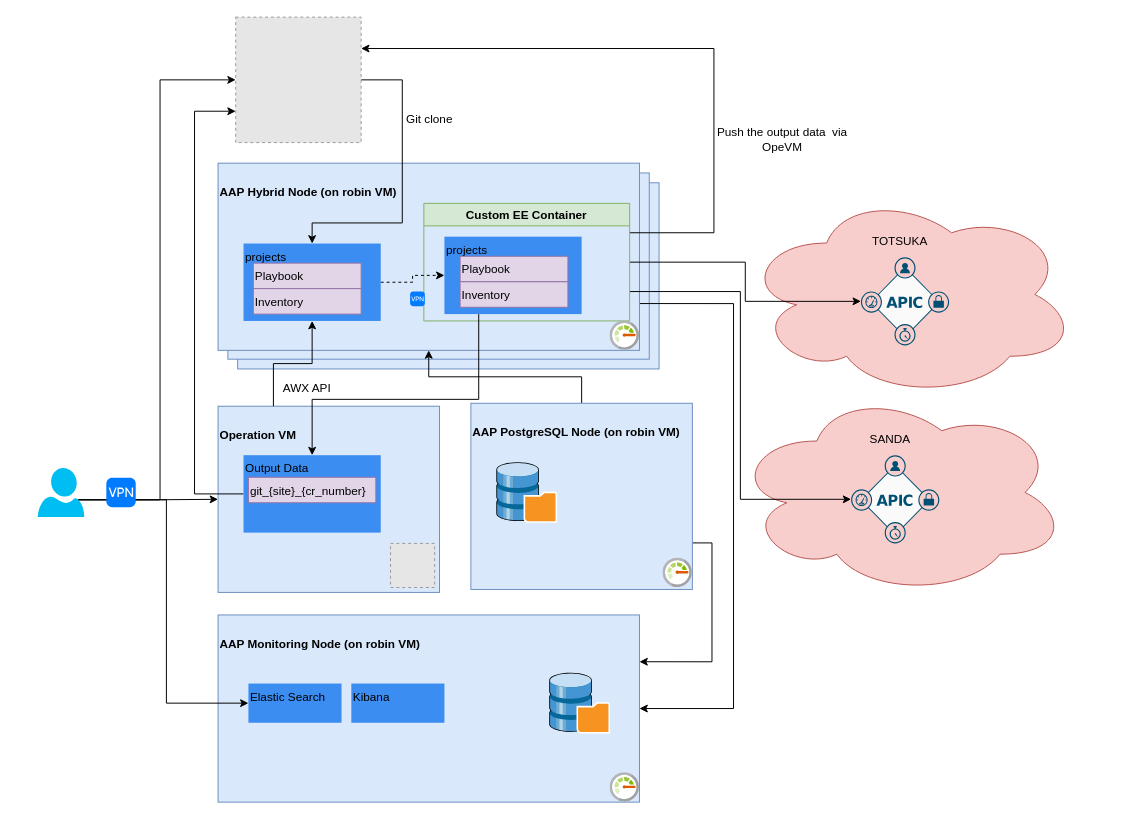
nhanawa/drawio keeps this draw.io diagram as page "RAAP" (2 of 2) of Entire_Design_img.drawio. Above is the earlier version. Source tidied: cells renumbered, new cells numbered last; positions are measured from the earlier drawing's top-left corner, leaving out a move shared by most shapes. Both pictures are drawn from the tidied source at 98%, with x=0, y=0 at pixel (37, 17). Pictures stored in the file or linked from it are replaced by grey dashed boxes.
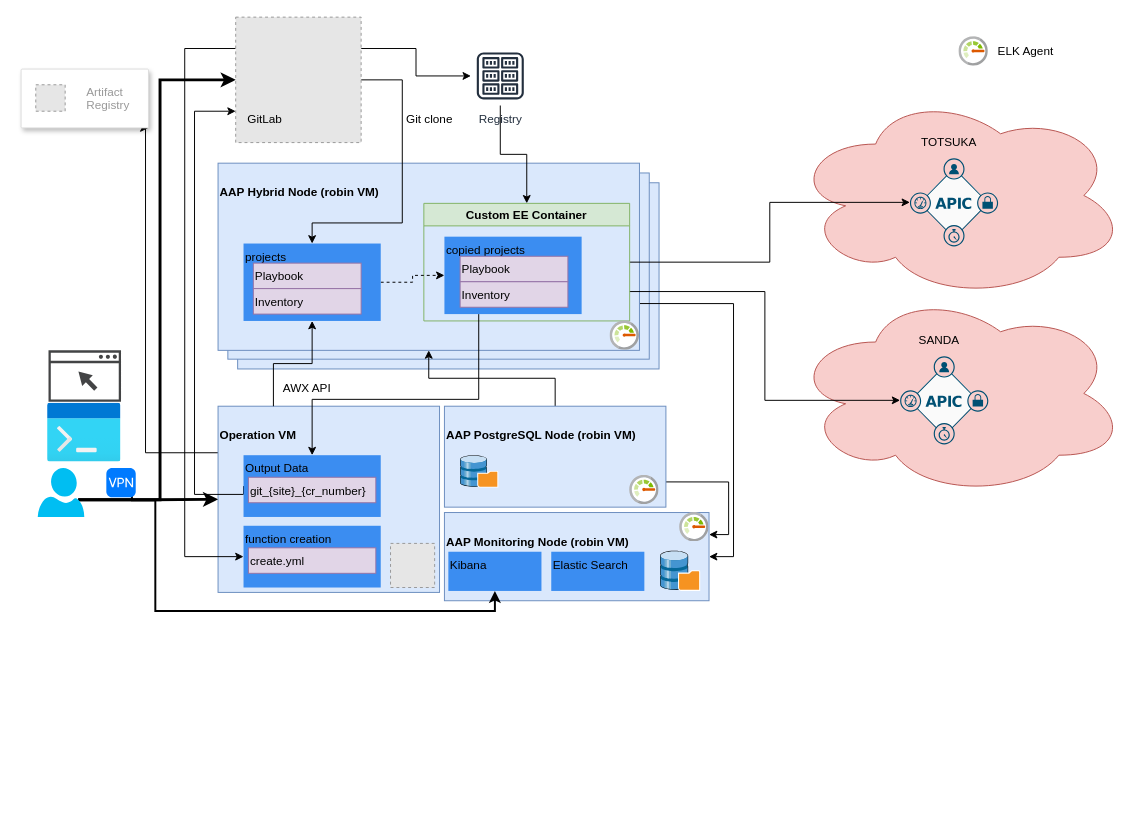
The same diagram, later.

Unchanged cells that the change refers to:
```xml
<mxCell id="3" value="&lt;h4&gt;Operation VM&lt;/h4&gt;&lt;div style=&quot;&quot;&gt;&lt;/div&gt;" style="rounded=0;whiteSpace=wrap;html=1;fillColor=#dae8fc;strokeColor=#6c8ebf;align=left;imageVerticalAlign=middle;verticalAlign=top;" parent="1" vertex="1">
  <mxGeometry x="184" y="397" width="226" height="190" as="geometry" />
</mxCell>
<mxCell id="14" value="Custom EE Container" style="swimlane;whiteSpace=wrap;html=1;fontFamily=Helvetica;fillColor=#d5e8d4;strokeColor=#82b366;" parent="1" vertex="1">
  <mxGeometry x="394" y="190" width="210" height="120" as="geometry" />
</mxCell>
<mxCell id="16" style="fillColor=#E6E6E6;strokeColor=#999999;dashed=1;html=1;verticalAlign=top;verticalLabelPosition=bottom;labelBackgroundColor=#ffffff;fontFamily=Helvetica;" parent="1" vertex="1">
  <mxGeometry x="202" width="128" height="128" as="geometry" />
</mxCell>
<mxCell id="22" value="projects" style="whiteSpace=wrap;html=1;verticalAlign=top;fillColor=#3B8DF1;strokeColor=none;sketch=0;shadow=0;align=left;" parent="1" vertex="1">
  <mxGeometry x="210" y="231" width="140" height="79" as="geometry" />
</mxCell>
<mxCell id="39" style="verticalLabelPosition=bottom;html=1;verticalAlign=top;align=center;strokeColor=none;fillColor=#00BEF2;shape=mxgraph.azure.user;" parent="1" vertex="1">
  <mxGeometry y="460" width="47.5" height="50" as="geometry" />
</mxCell>
```

Diff of the diagram source:
```diff
@@
-    <mxCell id="2" value="&lt;h4&gt;AAP Monitoring Node (on robin VM)&lt;/h4&gt;&lt;div style=&quot;&quot;&gt;&lt;/div&gt;" style="rounded=0;whiteSpace=wrap;html=1;fillColor=#dae8fc;strokeColor=#6c8ebf;align=left;imageVerticalAlign=middle;verticalAlign=top;" parent="1" vertex="1">
-      <mxGeometry x="184" y="610" width="430" height="191" as="geometry" />
-    </mxCell>
+    <mxCell id="52" value="&lt;h4&gt;AAP Monitoring Node (robin VM)&lt;/h4&gt;&lt;div style=&quot;&quot;&gt;&lt;/div&gt;" style="rounded=0;whiteSpace=wrap;html=1;fillColor=#dae8fc;strokeColor=#6c8ebf;align=left;imageVerticalAlign=middle;verticalAlign=top;" parent="1" vertex="1">
+      <mxGeometry x="415" y="505.5" width="270" height="90" as="geometry" />
+    </mxCell>
+    <mxCell id="53" style="edgeStyle=orthogonalEdgeStyle;rounded=0;jettySize=auto;html=1;exitX=0;exitY=0.25;exitDx=0;exitDy=0;entryX=1;entryY=1;entryDx=0;entryDy=0;strokeColor=default;strokeWidth=1;" parent="1" edge="1" source="3" target="85">
+      <mxGeometry relative="1" as="geometry">
+        <Array as="points">
+          <mxPoint x="110" y="444" />
+          <mxPoint x="110" y="113" />
+        </Array>
+      </mxGeometry>
+    </mxCell>
@@
-    <mxCell id="4" style="ellipse;shape=cloud;whiteSpace=wrap;html=1;fillColor=#f8cecc;strokeColor=#b85450;" parent="1" vertex="1">
-      <mxGeometry x="710" y="380" width="340" height="210" as="geometry" />
-    </mxCell>
-    <mxCell id="5" style="ellipse;shape=cloud;whiteSpace=wrap;html=1;fillColor=#f8cecc;strokeColor=#b85450;" parent="1" vertex="1">
-      <mxGeometry x="720" y="178" width="340" height="210" as="geometry" />
-    </mxCell>
+    <mxCell id="54" style="ellipse;shape=cloud;whiteSpace=wrap;html=1;fillColor=#f8cecc;strokeColor=#b85450;" parent="1" vertex="1">
+      <mxGeometry x="770" y="279" width="340" height="210" as="geometry" />
+    </mxCell>
+    <mxCell id="55" style="ellipse;shape=cloud;whiteSpace=wrap;html=1;fillColor=#f8cecc;strokeColor=#b85450;" parent="1" vertex="1">
+      <mxGeometry x="770" y="77" width="340" height="210" as="geometry" />
+    </mxCell>
@@
-    <mxCell id="8" style="edgeStyle=orthogonalEdgeStyle;rounded=0;jettySize=auto;html=1;exitX=1;exitY=0.75;exitDx=0;exitDy=0;strokeColor=default;entryX=1;entryY=0.5;entryDx=0;entryDy=0;" parent="1" edge="1" source="9" target="2">
-      <mxGeometry relative="1" as="geometry">
-        <Array as="points">
-          <mxPoint x="710" y="292" />
-          <mxPoint x="710" y="706" />
-        </Array>
-      </mxGeometry>
-    </mxCell>
-    <mxCell id="9" value="&lt;h4&gt;AAP Hybrid Node (on robin VM)&lt;/h4&gt;&lt;div style=&quot;&quot;&gt;&lt;/div&gt;" style="rounded=0;whiteSpace=wrap;html=1;fillColor=#dae8fc;strokeColor=#6c8ebf;align=left;imageVerticalAlign=middle;verticalAlign=top;" parent="1" vertex="1">
-      <mxGeometry x="184" y="149" width="430" height="191" as="geometry" />
-    </mxCell>
-    <mxCell id="10" style="points=[[0.5,0,0],[1,0.5,0],[0.5,1,0],[0,0.5,0],[0.305,0.305,0],[0.695,0.305,0],[0.7,0.7,0],[0.3,0.7,0]];verticalLabelPosition=bottom;sketch=0;html=1;verticalAlign=top;align=center;shape=mxgraph.cisco19.rect;prIcon=aci;fillColor=#FAFAFA;strokeColor=#005073;fontFamily=Helvetica;" parent="1" vertex="1">
-      <mxGeometry x="840" y="245" width="90" height="90" as="geometry" />
-    </mxCell>
-    <mxCell id="11" style="edgeStyle=orthogonalEdgeStyle;rounded=0;jettySize=auto;html=1;exitX=1;exitY=0.5;exitDx=0;exitDy=0;entryX=0;entryY=0.5;entryDx=0;entryDy=0;entryPerimeter=0;" parent="1" edge="1" source="14" target="10">
-      <mxGeometry relative="1" as="geometry" />
-    </mxCell>
-    <mxCell id="12" style="edgeStyle=orthogonalEdgeStyle;rounded=0;jettySize=auto;html=1;exitX=1;exitY=0.25;exitDx=0;exitDy=0;entryX=1;entryY=0.25;entryDx=0;entryDy=0;strokeColor=#000000;" parent="1" edge="1" source="14" target="16">
-      <mxGeometry relative="1" as="geometry">
-        <Array as="points">
-          <mxPoint x="690" y="220" />
-          <mxPoint x="690" y="32" />
-        </Array>
-      </mxGeometry>
-    </mxCell>
-    <mxCell id="13" style="edgeStyle=orthogonalEdgeStyle;rounded=0;jettySize=auto;html=1;exitX=1;exitY=0.75;exitDx=0;exitDy=0;entryX=0;entryY=0.5;entryDx=0;entryDy=0;entryPerimeter=0;strokeColor=#000000;" parent="1" edge="1" source="14" target="31">
-      <mxGeometry relative="1" as="geometry" />
-    </mxCell>
+    <mxCell id="56" style="edgeStyle=orthogonalEdgeStyle;rounded=0;jettySize=auto;html=1;exitX=1;exitY=0.75;exitDx=0;exitDy=0;strokeColor=default;entryX=1;entryY=0.5;entryDx=0;entryDy=0;" parent="1" edge="1" source="57" target="52">
+      <mxGeometry relative="1" as="geometry">
+        <Array as="points">
+          <mxPoint x="710" y="292" />
+          <mxPoint x="710" y="551" />
+          <mxPoint x="685" y="551" />
+        </Array>
+      </mxGeometry>
+    </mxCell>
+    <mxCell id="57" value="&lt;h4&gt;AAP Hybrid Node (robin VM)&lt;/h4&gt;&lt;div style=&quot;&quot;&gt;&lt;/div&gt;" style="rounded=0;whiteSpace=wrap;html=1;fillColor=#dae8fc;strokeColor=#6c8ebf;align=left;imageVerticalAlign=middle;verticalAlign=top;" parent="1" vertex="1">
+      <mxGeometry x="184" y="149" width="430" height="191" as="geometry" />
+    </mxCell>
+    <mxCell id="58" style="points=[[0.5,0,0],[1,0.5,0],[0.5,1,0],[0,0.5,0],[0.305,0.305,0],[0.695,0.305,0],[0.7,0.7,0],[0.3,0.7,0]];verticalLabelPosition=bottom;sketch=0;html=1;verticalAlign=top;align=center;shape=mxgraph.cisco19.rect;prIcon=aci;fillColor=#FAFAFA;strokeColor=#005073;fontFamily=Helvetica;" parent="1" vertex="1">
+      <mxGeometry x="890" y="144" width="90" height="90" as="geometry" />
+    </mxCell>
+    <mxCell id="59" style="edgeStyle=orthogonalEdgeStyle;rounded=0;jettySize=auto;html=1;exitX=1;exitY=0.5;exitDx=0;exitDy=0;entryX=0;entryY=0.5;entryDx=0;entryDy=0;entryPerimeter=0;" parent="1" edge="1" source="14" target="58">
+      <mxGeometry relative="1" as="geometry" />
+    </mxCell>
+    <mxCell id="60" style="edgeStyle=orthogonalEdgeStyle;rounded=0;jettySize=auto;html=1;exitX=1;exitY=0.75;exitDx=0;exitDy=0;entryX=0;entryY=0.5;entryDx=0;entryDy=0;entryPerimeter=0;strokeColor=#000000;" parent="1" edge="1" source="14" target="71">
+      <mxGeometry relative="1" as="geometry" />
+    </mxCell>
@@
+    <mxCell id="61" style="edgeStyle=orthogonalEdgeStyle;rounded=0;jettySize=auto;html=1;strokeColor=default;" parent="1" edge="1" source="79" target="14">
+      <mxGeometry relative="1" as="geometry" />
+    </mxCell>
+    <mxCell id="62" style="edgeStyle=orthogonalEdgeStyle;rounded=0;jettySize=auto;html=1;exitX=1;exitY=0.25;exitDx=0;exitDy=0;strokeColor=default;" parent="1" edge="1" source="16" target="79">
+      <mxGeometry relative="1" as="geometry" />
+    </mxCell>
+    <mxCell id="63" style="edgeStyle=orthogonalEdgeStyle;rounded=0;jettySize=auto;html=1;exitX=0;exitY=0.25;exitDx=0;exitDy=0;entryX=0;entryY=0.5;entryDx=0;entryDy=0;strokeColor=default;" parent="1" edge="1" source="16" target="80">
+      <mxGeometry relative="1" as="geometry">
+        <Array as="points">
+          <mxPoint x="150" y="32" />
+          <mxPoint x="150" y="551" />
+        </Array>
+      </mxGeometry>
+    </mxCell>
@@
-    <mxCell id="17" style="edgeStyle=orthogonalEdgeStyle;rounded=0;jettySize=auto;html=1;exitX=0.5;exitY=0;exitDx=0;exitDy=0;" parent="1" edge="1" source="19" target="9">
-      <mxGeometry relative="1" as="geometry" />
-    </mxCell>
-    <mxCell id="18" style="edgeStyle=orthogonalEdgeStyle;rounded=0;jettySize=auto;html=1;exitX=1;exitY=0.75;exitDx=0;exitDy=0;entryX=1;entryY=0.25;entryDx=0;entryDy=0;strokeColor=default;" parent="1" edge="1" source="19" target="2">
-      <mxGeometry relative="1" as="geometry" />
-    </mxCell>
-    <mxCell id="19" value="&lt;h4&gt;AAP PostgreSQL Node (on robin VM)&lt;/h4&gt;&lt;div style=&quot;&quot;&gt;&lt;/div&gt;" style="rounded=0;whiteSpace=wrap;html=1;fillColor=#dae8fc;strokeColor=#6c8ebf;align=left;imageVerticalAlign=middle;verticalAlign=top;" parent="1" vertex="1">
-      <mxGeometry x="442" y="394" width="226" height="190" as="geometry" />
-    </mxCell>
-    <mxCell id="20" style="shadow=0;dashed=0;html=1;labelPosition=center;verticalLabelPosition=bottom;verticalAlign=top;align=center;shape=mxgraph.veeam.3d.backup_repository;" parent="1" vertex="1">
-      <mxGeometry x="468" y="454" width="62" height="62" as="geometry" />
-    </mxCell>
-    <mxCell id="21" style="edgeStyle=orthogonalEdgeStyle;rounded=0;jettySize=auto;html=1;exitX=1;exitY=0.5;exitDx=0;exitDy=0;entryX=0;entryY=0.5;entryDx=0;entryDy=0;dashed=1;" parent="1" edge="1" source="22" target="26">
-      <mxGeometry relative="1" as="geometry" />
-    </mxCell>
+    <mxCell id="64" style="edgeStyle=orthogonalEdgeStyle;rounded=0;jettySize=auto;html=1;exitX=0.5;exitY=0;exitDx=0;exitDy=0;" parent="1" edge="1" source="66" target="57">
+      <mxGeometry relative="1" as="geometry" />
+    </mxCell>
+    <mxCell id="65" style="edgeStyle=orthogonalEdgeStyle;rounded=0;jettySize=auto;html=1;exitX=1;exitY=0.75;exitDx=0;exitDy=0;entryX=1;entryY=0.25;entryDx=0;entryDy=0;strokeColor=default;" parent="1" edge="1" source="66" target="52">
+      <mxGeometry relative="1" as="geometry" />
+    </mxCell>
+    <mxCell id="66" value="&lt;h4&gt;AAP PostgreSQL Node (robin VM)&lt;/h4&gt;&lt;div style=&quot;&quot;&gt;&lt;/div&gt;" style="rounded=0;whiteSpace=wrap;html=1;fillColor=#dae8fc;strokeColor=#6c8ebf;align=left;imageVerticalAlign=middle;verticalAlign=top;" parent="1" vertex="1">
+      <mxGeometry x="415" y="397" width="226" height="103" as="geometry" />
+    </mxCell>
+    <mxCell id="67" style="shadow=0;dashed=0;html=1;labelPosition=center;verticalLabelPosition=bottom;verticalAlign=top;align=center;shape=mxgraph.veeam.3d.backup_repository;" parent="1" vertex="1">
+      <mxGeometry x="431" y="447" width="39" height="33" as="geometry" />
+    </mxCell>
+    <mxCell id="68" style="edgeStyle=orthogonalEdgeStyle;rounded=0;jettySize=auto;html=1;exitX=1;exitY=0.5;exitDx=0;exitDy=0;entryX=0;entryY=0.5;entryDx=0;entryDy=0;dashed=1;" parent="1" edge="1" source="22" target="70">
+      <mxGeometry relative="1" as="geometry" />
+    </mxCell>
@@
-    <mxCell id="25" style="edgeStyle=orthogonalEdgeStyle;rounded=0;jettySize=auto;html=1;exitX=0.25;exitY=1;exitDx=0;exitDy=0;entryX=0.5;entryY=0;entryDx=0;entryDy=0;strokeColor=default;" parent="1" edge="1" source="26" target="44">
-      <mxGeometry relative="1" as="geometry">
-        <Array as="points">
-          <mxPoint x="450" y="390" />
-          <mxPoint x="280" y="390" />
-        </Array>
-      </mxGeometry>
-    </mxCell>
-    <mxCell id="26" value="projects" style="whiteSpace=wrap;html=1;verticalAlign=top;fillColor=#3B8DF1;strokeColor=none;sketch=0;shadow=0;align=left;" parent="1" vertex="1">
-      <mxGeometry x="415" y="224" width="140" height="79" as="geometry" />
-    </mxCell>
+    <mxCell id="69" style="edgeStyle=orthogonalEdgeStyle;rounded=0;jettySize=auto;html=1;exitX=0.25;exitY=1;exitDx=0;exitDy=0;entryX=0.5;entryY=0;entryDx=0;entryDy=0;strokeColor=default;" parent="1" edge="1" source="70" target="44">
+      <mxGeometry relative="1" as="geometry">
+        <Array as="points">
+          <mxPoint x="450" y="390" />
+          <mxPoint x="280" y="390" />
+        </Array>
+      </mxGeometry>
+    </mxCell>
+    <mxCell id="70" value="copied projects" style="whiteSpace=wrap;html=1;verticalAlign=top;fillColor=#3B8DF1;strokeColor=none;sketch=0;shadow=0;align=left;" parent="1" vertex="1">
+      <mxGeometry x="415" y="224" width="140" height="79" as="geometry" />
+    </mxCell>
@@
-    <mxCell id="29" value="Push the output data&amp;nbsp; via OpeVM" style="text;html=1;strokeColor=none;fillColor=none;align=center;verticalAlign=middle;whiteSpace=wrap;rounded=0;" parent="1" vertex="1">
-      <mxGeometry x="680" y="110" width="160" height="30" as="geometry" />
-    </mxCell>
     <mxCell id="30" value="TOTSUKA" style="text;html=1;strokeColor=none;fillColor=none;align=center;verticalAlign=middle;whiteSpace=wrap;rounded=0;" parent="1" vertex="1">
-      <mxGeometry x="800" y="214" width="160" height="30" as="geometry" />
+      <mxGeometry x="850" y="113" width="160" height="30" as="geometry" />
     </mxCell>
-    <mxCell id="31" style="points=[[0.5,0,0],[1,0.5,0],[0.5,1,0],[0,0.5,0],[0.305,0.305,0],[0.695,0.305,0],[0.7,0.7,0],[0.3,0.7,0]];verticalLabelPosition=bottom;sketch=0;html=1;verticalAlign=top;align=center;shape=mxgraph.cisco19.rect;prIcon=aci;fillColor=#FAFAFA;strokeColor=#005073;fontFamily=Helvetica;" parent="1" vertex="1">
-      <mxGeometry x="830" y="447" width="90" height="90" as="geometry" />
-    </mxCell>
+    <mxCell id="71" style="points=[[0.5,0,0],[1,0.5,0],[0.5,1,0],[0,0.5,0],[0.305,0.305,0],[0.695,0.305,0],[0.7,0.7,0],[0.3,0.7,0]];verticalLabelPosition=bottom;sketch=0;html=1;verticalAlign=top;align=center;shape=mxgraph.cisco19.rect;prIcon=aci;fillColor=#FAFAFA;strokeColor=#005073;fontFamily=Helvetica;" parent="1" vertex="1">
+      <mxGeometry x="880" y="346" width="90" height="90" as="geometry" />
+    </mxCell>
     <mxCell id="32" value="SANDA" style="text;html=1;strokeColor=none;fillColor=none;align=center;verticalAlign=middle;whiteSpace=wrap;rounded=0;" parent="1" vertex="1">
-      <mxGeometry x="790" y="416" width="160" height="30" as="geometry" />
+      <mxGeometry x="840" y="315" width="160" height="30" as="geometry" />
     </mxCell>
@@
-    <mxCell id="36" style="edgeStyle=orthogonalEdgeStyle;rounded=0;jettySize=auto;html=1;exitX=0.87;exitY=0.65;exitDx=0;exitDy=0;exitPerimeter=0;entryX=0;entryY=0.5;entryDx=0;entryDy=0;" parent="1" edge="1" source="39" target="3">
+    <mxCell id="36" style="edgeStyle=orthogonalEdgeStyle;rounded=0;jettySize=auto;html=1;exitX=0.87;exitY=0.65;exitDx=0;exitDy=0;exitPerimeter=0;entryX=0;entryY=0.5;entryDx=0;entryDy=0;strokeWidth=3;" parent="1" edge="1" source="39" target="3">
       <mxGeometry relative="1" as="geometry" />
     </mxCell>
-    <mxCell id="37" style="edgeStyle=orthogonalEdgeStyle;rounded=0;jettySize=auto;html=1;exitX=0.87;exitY=0.65;exitDx=0;exitDy=0;exitPerimeter=0;entryX=0;entryY=0.5;entryDx=0;entryDy=0;" parent="1" edge="1" source="39" target="16">
+    <mxCell id="37" style="edgeStyle=orthogonalEdgeStyle;rounded=0;jettySize=auto;html=1;exitX=0.87;exitY=0.65;exitDx=0;exitDy=0;exitPerimeter=0;entryX=0;entryY=0.5;entryDx=0;entryDy=0;strokeWidth=3;" parent="1" edge="1" source="39" target="16">
       <mxGeometry relative="1" as="geometry" />
     </mxCell>
-    <mxCell id="38" style="edgeStyle=orthogonalEdgeStyle;rounded=0;jettySize=auto;html=1;exitX=0.87;exitY=0.65;exitDx=0;exitDy=0;exitPerimeter=0;strokeColor=default;entryX=0;entryY=0.5;entryDx=0;entryDy=0;" parent="1" edge="1" source="39" target="48">
-      <mxGeometry relative="1" as="geometry" />
-    </mxCell>
+    <mxCell id="72" style="edgeStyle=orthogonalEdgeStyle;rounded=0;jettySize=auto;html=1;exitX=0.87;exitY=0.65;exitDx=0;exitDy=0;exitPerimeter=0;entryX=0.5;entryY=1;entryDx=0;entryDy=0;strokeColor=default;startArrow=none;strokeWidth=2;" parent="1" edge="1" source="82" target="50">
+      <mxGeometry relative="1" as="geometry">
+        <Array as="points">
+          <mxPoint x="96" y="493" />
+          <mxPoint x="120" y="493" />
+          <mxPoint x="120" y="606" />
+          <mxPoint x="467" y="606" />
+        </Array>
+      </mxGeometry>
+    </mxCell>
@@
-    <mxCell id="40" style="html=1;strokeWidth=1;shadow=0;dashed=0;shape=mxgraph.ios7.misc.vpn;fillColor=#007AFF;strokeColor=none;buttonText=;strokeColor2=#222222;fontColor=#222222;fontSize=8;verticalLabelPosition=bottom;verticalAlign=top;align=center;sketch=0;" parent="1" vertex="1">
-      <mxGeometry x="380" y="280" width="15" height="15" as="geometry" />
-    </mxCell>
-    <mxCell id="41" style="html=1;strokeWidth=1;shadow=0;dashed=0;shape=mxgraph.ios7.misc.vpn;fillColor=#007AFF;strokeColor=none;buttonText=;strokeColor2=#222222;fontColor=#222222;fontSize=8;verticalLabelPosition=bottom;verticalAlign=top;align=center;sketch=0;" parent="1" vertex="1">
-      <mxGeometry x="70" y="470" width="30" height="30" as="geometry" />
-    </mxCell>
@@
     <mxCell id="44" value="Output Data" style="whiteSpace=wrap;html=1;verticalAlign=top;fillColor=#3B8DF1;strokeColor=none;sketch=0;shadow=0;align=left;" parent="1" vertex="1">
-      <mxGeometry x="210" y="447" width="140" height="79" as="geometry" />
+      <mxGeometry x="210" y="447" width="140" height="63" as="geometry" />
     </mxCell>
@@
-    <mxCell id="47" style="sketch=0;html=1;align=center;image;fontSize=12;image=img/lib/mscae/Monitor.svg;" parent="1" vertex="1">
-      <mxGeometry x="638" y="552" width="30" height="30" as="geometry" />
-    </mxCell>
+    <mxCell id="73" style="sketch=0;html=1;align=center;image;fontSize=12;image=img/lib/mscae/Monitor.svg;" parent="1" vertex="1">
+      <mxGeometry x="604" y="467.5" width="30" height="30" as="geometry" />
+    </mxCell>
     <mxCell id="48" value="Elastic Search" style="whiteSpace=wrap;html=1;verticalAlign=top;fillColor=#3B8DF1;strokeColor=none;sketch=0;shadow=0;align=left;" parent="1" vertex="1">
-      <mxGeometry x="215" y="680" width="95" height="40" as="geometry" />
+      <mxGeometry x="524" y="545.5" width="95" height="40" as="geometry" />
     </mxCell>
-    <mxCell id="49" style="shadow=0;dashed=0;html=1;labelPosition=center;verticalLabelPosition=bottom;verticalAlign=top;align=center;shape=mxgraph.veeam.3d.backup_repository;" parent="1" vertex="1">
-      <mxGeometry x="522" y="669" width="62" height="62" as="geometry" />
-    </mxCell>
+    <mxCell id="74" style="shadow=0;dashed=0;html=1;labelPosition=center;verticalLabelPosition=bottom;verticalAlign=top;align=center;shape=mxgraph.veeam.3d.backup_repository;" parent="1" vertex="1">
+      <mxGeometry x="635" y="544.5" width="41" height="41" as="geometry" />
+    </mxCell>
     <mxCell id="50" value="Kibana" style="whiteSpace=wrap;html=1;verticalAlign=top;fillColor=#3B8DF1;strokeColor=none;sketch=0;shadow=0;align=left;" parent="1" vertex="1">
-      <mxGeometry x="320" y="680" width="95" height="40" as="geometry" />
+      <mxGeometry x="419" y="545.5" width="95" height="40" as="geometry" />
     </mxCell>
-    <mxCell id="51" style="sketch=0;html=1;align=center;image;fontSize=12;image=img/lib/mscae/Monitor.svg;" parent="1" vertex="1">
-      <mxGeometry x="584" y="771" width="30" height="30" as="geometry" />
-    </mxCell>
+    <mxCell id="75" style="sketch=0;html=1;align=center;image;fontSize=12;image=img/lib/mscae/Monitor.svg;" parent="1" vertex="1">
+      <mxGeometry x="655" y="505.5" width="30" height="30" as="geometry" />
+    </mxCell>
+    <mxCell id="76" style="sketch=0;html=1;align=center;image;fontSize=12;image=img/lib/mscae/Monitor.svg;" parent="1" vertex="1">
+      <mxGeometry x="940" y="20" width="30" height="30" as="geometry" />
+    </mxCell>
+    <mxCell id="77" value="ELK Agent&amp;nbsp;" style="text;html=1;strokeColor=none;fillColor=none;align=center;verticalAlign=middle;whiteSpace=wrap;rounded=0;" parent="1" vertex="1">
+      <mxGeometry x="970" y="20" width="80" height="30" as="geometry" />
+    </mxCell>
+    <mxCell id="78" value="GitLab" style="text;html=1;strokeColor=none;fillColor=none;align=center;verticalAlign=middle;whiteSpace=wrap;rounded=0;" parent="1" vertex="1">
+      <mxGeometry x="202" y="90" width="60" height="30" as="geometry" />
+    </mxCell>
+    <mxCell id="79" value="Registry" style="sketch=0;outlineConnect=0;fontColor=#232F3E;gradientColor=none;strokeColor=#232F3E;fillColor=#ffffff;dashed=0;verticalLabelPosition=bottom;verticalAlign=top;align=center;html=1;fontSize=12;fontStyle=0;shape=mxgraph.aws4.resourceIcon;resIcon=mxgraph.aws4.registry;" parent="1" vertex="1">
+      <mxGeometry x="442" y="30" width="60" height="60" as="geometry" />
+    </mxCell>
+    <mxCell id="80" value="function creation" style="whiteSpace=wrap;html=1;verticalAlign=top;fillColor=#3B8DF1;strokeColor=none;sketch=0;shadow=0;align=left;" parent="1" vertex="1">
+      <mxGeometry x="210" y="519" width="140" height="63" as="geometry" />
+    </mxCell>
+    <mxCell id="81" value="create.yml" style="whiteSpace=wrap;html=1;verticalAlign=top;fillColor=#e1d5e7;strokeColor=#9673a6;sketch=0;shadow=0;align=left;" parent="1" vertex="1">
+      <mxGeometry x="215" y="541.5" width="130" height="26" as="geometry" />
+    </mxCell>
+    <mxCell id="82" style="html=1;strokeWidth=1;shadow=0;dashed=0;shape=mxgraph.ios7.misc.vpn;fillColor=#007AFF;strokeColor=none;buttonText=;strokeColor2=#222222;fontColor=#222222;fontSize=8;verticalLabelPosition=bottom;verticalAlign=top;align=center;sketch=0;" parent="1" vertex="1">
+      <mxGeometry x="70" y="460" width="30" height="30" as="geometry" />
+    </mxCell>
+    <mxCell id="83" style="sketch=0;shadow=0;dashed=0;html=1;strokeColor=none;fillColor=#434445;labelPosition=center;verticalLabelPosition=bottom;verticalAlign=top;align=center;shape=mxgraph.vvd.web_browser;" parent="1" vertex="1">
+      <mxGeometry x="11" y="340" width="74" height="52.5" as="geometry" />
+    </mxCell>
+    <mxCell id="84" style="html=1;align=center;image;fontSize=12;image=img/lib/azure2/general/Dev_Console.svg;" parent="1" vertex="1">
+      <mxGeometry x="10" y="394" width="75" height="60" as="geometry" />
+    </mxCell>
+    <mxCell id="85" style="strokeColor=#dddddd;shadow=1;strokeWidth=1;rounded=1;absoluteArcSize=1;arcSize=2;" parent="1" vertex="1">
+      <mxGeometry x="-17" y="53" width="130" height="60" as="geometry" />
+    </mxCell>
+    <mxCell id="86" value="Artifact&#10;Registry" style="fillColor=#E6E6E6;strokeColor=#999999;dashed=1;fontColor=#999999;verticalLabelPosition=middle;labelBackgroundColor=#ffffff;verticalAlign=middle;labelPosition=right;align=left;spacingLeft=20;" parent="85" vertex="1">
+      <mxGeometry width="30" height="27" relative="1" as="geometry">
+        <mxPoint x="15" y="16" as="offset" />
+      </mxGeometry>
+    </mxCell>
```
